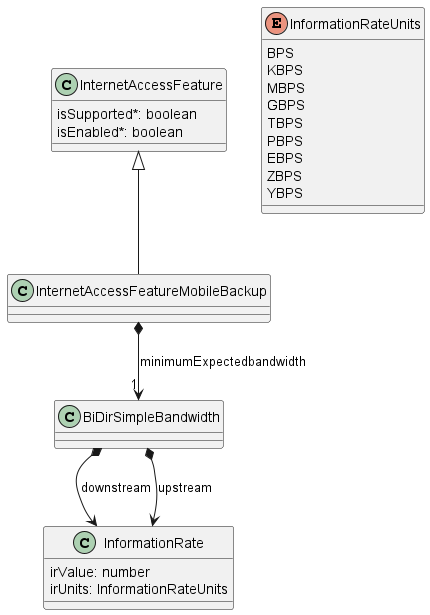
Before: documentation/productSchema/ip/internetAccess/MEF 139.1 resources/media/10MobileBackup.png, a diagram exported from PlantUML (MEF-GIT/MEF-LSO-Sonata-SDK). Source of this version:
```plantuml
@startuml



class InternetAccessFeature {

    isSupported*: boolean
    isEnabled*: boolean
}



class InternetAccessFeatureMobileBackup {

}
InternetAccessFeature <|-- InternetAccessFeatureMobileBackup

InternetAccessFeatureMobileBackup *-->"1" BiDirSimpleBandwidth : minimumExpectedbandwidth


class BiDirSimpleBandwidth {

}

BiDirSimpleBandwidth *--> InformationRate : downstream
BiDirSimpleBandwidth *--> InformationRate : upstream



class InformationRate {

    irValue: number
    irUnits: InformationRateUnits
}



enum InformationRateUnits {

    BPS
    KBPS
    MBPS
    GBPS
    TBPS
    PBPS
    EBPS
    ZBPS
    YBPS
}
@enduml
```
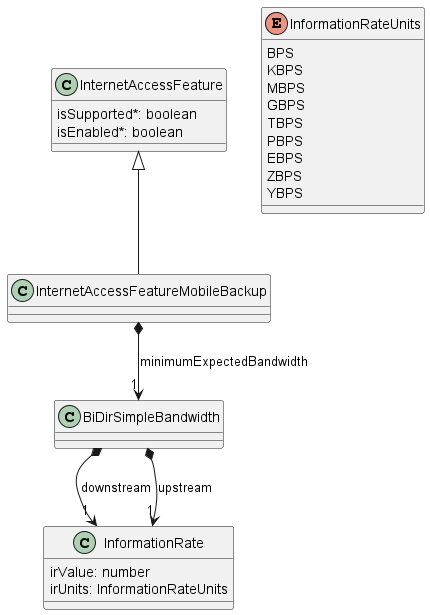
Above is the later version.

Change to the diagram source:
```diff
@@ -15,15 +15,15 @@
 }
 InternetAccessFeature <|-- InternetAccessFeatureMobileBackup
 
-InternetAccessFeatureMobileBackup *-->"1" BiDirSimpleBandwidth : minimumExpectedbandwidth
+InternetAccessFeatureMobileBackup *-->"1" BiDirSimpleBandwidth : minimumExpectedBandwidth
 
 
 class BiDirSimpleBandwidth {
 
 }
 
-BiDirSimpleBandwidth *--> InformationRate : downstream
-BiDirSimpleBandwidth *--> InformationRate : upstream
+BiDirSimpleBandwidth *-->"1" InformationRate : downstream
+BiDirSimpleBandwidth *-->"1" InformationRate : upstream
 
 
 
```
